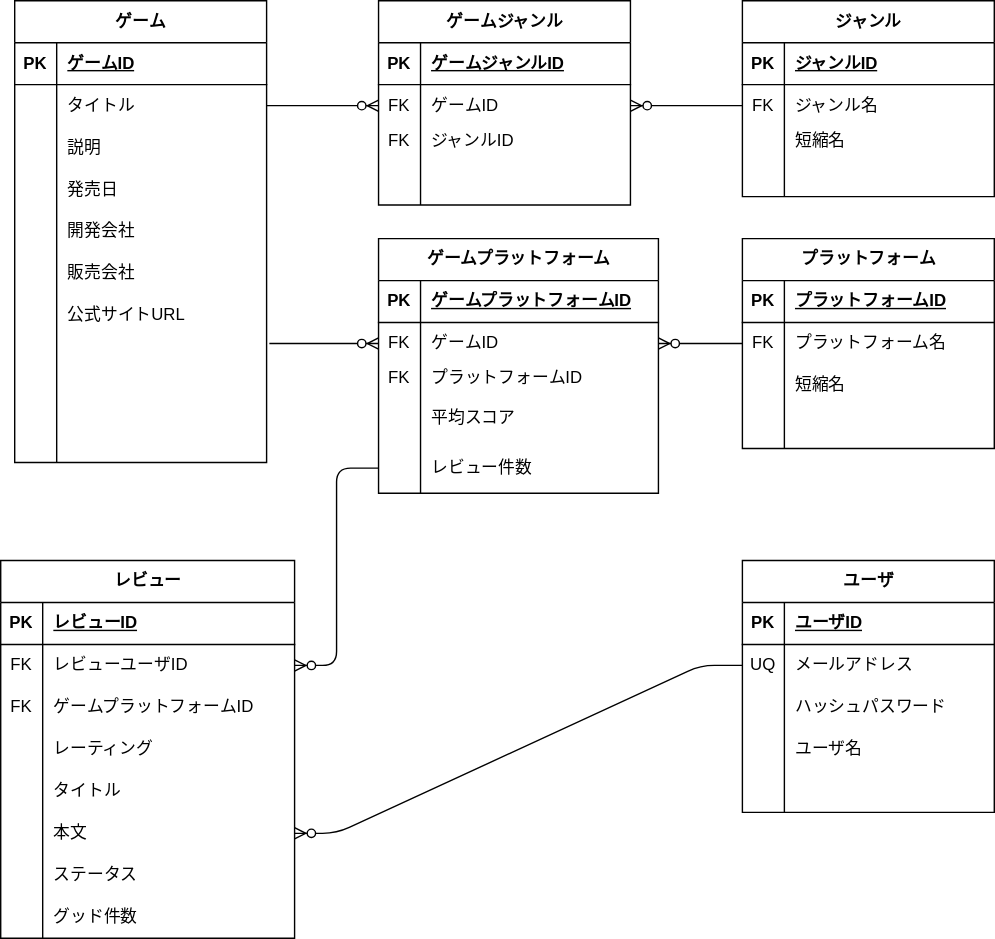
The draw.io diagram doc/ER.drawio.svg in kissy1221/gamemo, before a commit. Source tidied: cells renumbered, new cells last; positions are measured from the earlier drawing's top-left corner, leaving out a move shared by most shapes.
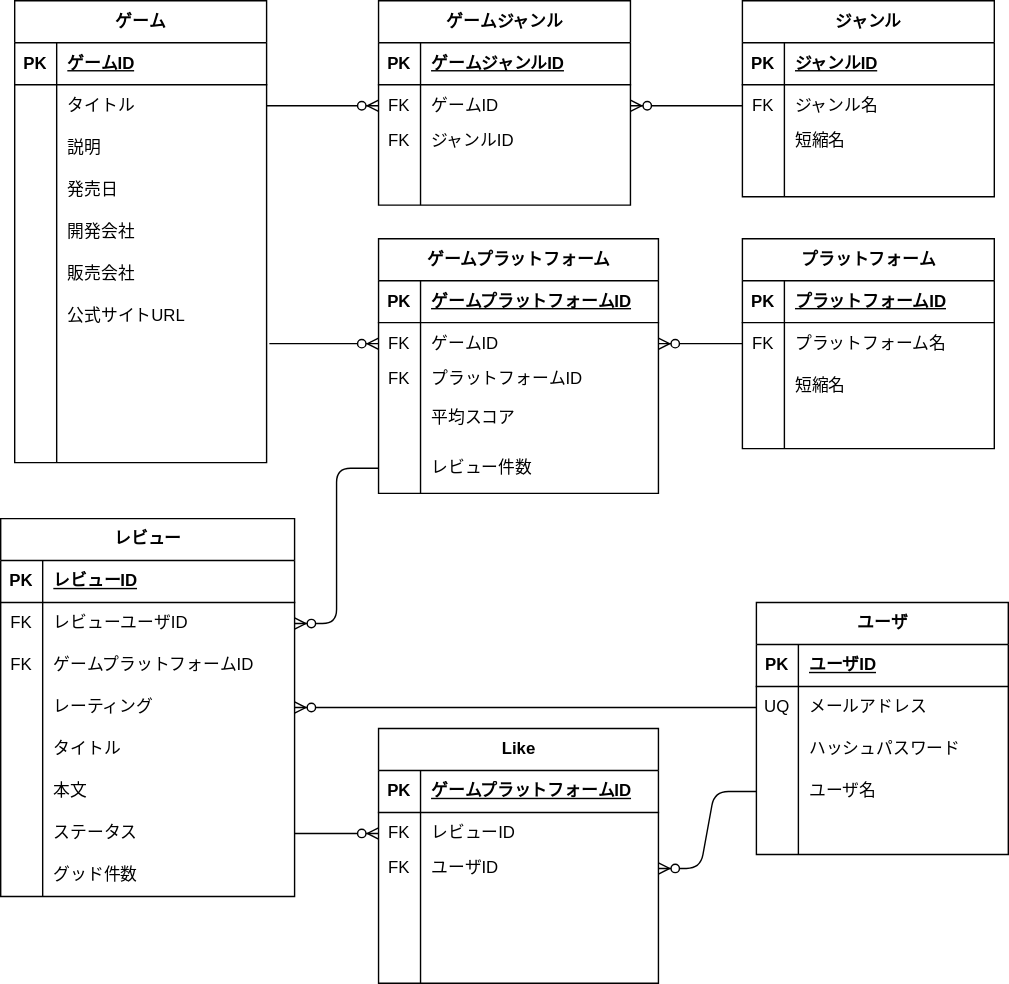
Above is the later version.

Diff of the diagram source:
```diff
@@ -3,7 +3,7 @@
     <mxCell id="0" />
     <mxCell id="1" parent="0" />
     <mxCell id="2" value="ユーザ" style="shape=table;startSize=30;rowLines=0;fontStyle=1;align=center;html=1;fillColor=none;" parent="1" vertex="1">
-      <mxGeometry x="530" y="400" width="180" height="180" as="geometry" />
+      <mxGeometry x="540" y="430" width="180" height="180" as="geometry" />
     </mxCell>
     <mxCell id="3" style="shape=tableRow;horizontal=0;startSize=0;swimlaneHead=0;swimlaneBody=0;fillColor=none;top=0;left=0;right=0;bottom=1;" parent="2" vertex="1">
       <mxGeometry y="30" width="180" height="30" as="geometry" />
@@ -144,7 +144,7 @@
       <mxGeometry x="30" width="150" height="30" as="geometry" />
     </mxCell>
     <mxCell id="49" value="レビュー" style="shape=table;startSize=30;rowLines=0;fontStyle=1;align=center;html=1;fillColor=none;" parent="1" vertex="1">
-      <mxGeometry y="400" width="210" height="270" as="geometry" />
+      <mxGeometry y="370" width="210" height="270" as="geometry" />
     </mxCell>
     <mxCell id="50" style="shape=tableRow;horizontal=0;startSize=0;swimlaneHead=0;swimlaneBody=0;fillColor=none;top=0;left=0;right=0;bottom=1;" parent="49" vertex="1">
       <mxGeometry y="30" width="210" height="30" as="geometry" />
@@ -389,7 +389,7 @@
     <mxCell id="130" style="edgeStyle=entityRelationEdgeStyle;fontSize=12;html=1;endArrow=ERzeroToMany;endFill=1;exitX=0;exitY=0.5;exitDx=0;exitDy=0;entryX=1;entryY=0.5;entryDx=0;entryDy=0;" parent="1" edge="1" source="91" target="104">
       <mxGeometry relative="1" as="geometry" />
     </mxCell>
-    <mxCell id="131" style="edgeStyle=entityRelationEdgeStyle;fontSize=12;html=1;endArrow=ERzeroToMany;endFill=1;exitX=0;exitY=0.5;exitDx=0;exitDy=0;" parent="1" edge="1" source="6" target="65">
+    <mxCell id="131" style="edgeStyle=entityRelationEdgeStyle;fontSize=12;html=1;endArrow=ERzeroToMany;endFill=1;exitX=0;exitY=0.5;exitDx=0;exitDy=0;entryX=1;entryY=0.5;entryDx=0;entryDy=0;" parent="1" edge="1" source="6" target="59">
       <mxGeometry relative="1" as="geometry" />
     </mxCell>
     <mxCell id="132" style="edgeStyle=entityRelationEdgeStyle;fontSize=12;html=1;endArrow=ERzeroToMany;endFill=1;entryX=0;entryY=0.5;entryDx=0;entryDy=0;exitX=1.011;exitY=0.167;exitDx=0;exitDy=0;exitPerimeter=0;" parent="1" edge="1" source="40" target="117">
@@ -401,5 +401,59 @@
     <mxCell id="134" style="edgeStyle=entityRelationEdgeStyle;fontSize=12;html=1;endArrow=ERzeroToMany;endFill=1;entryX=1;entryY=0.5;entryDx=0;entryDy=0;exitX=0;exitY=0.5;exitDx=0;exitDy=0;" parent="1" edge="1" source="126" target="53">
       <mxGeometry relative="1" as="geometry" />
     </mxCell>
+    <mxCell id="135" value="Like" style="shape=table;startSize=30;rowLines=0;fontStyle=1;align=center;html=1;fillColor=none;" parent="1" vertex="1">
+      <mxGeometry x="270" y="520" width="200" height="182" as="geometry" />
+    </mxCell>
+    <mxCell id="136" style="shape=tableRow;horizontal=0;startSize=0;swimlaneHead=0;swimlaneBody=0;fillColor=none;top=0;left=0;right=0;bottom=1;" parent="135" vertex="1">
+      <mxGeometry y="30" width="200" height="30" as="geometry" />
+    </mxCell>
+    <mxCell id="137" value="PK" style="shape=partialRectangle;fillColor=none;top=0;left=0;bottom=0;right=0;fontStyle=1;overflow=hidden;whiteSpace=wrap;html=1;" parent="136" vertex="1">
+      <mxGeometry width="30" height="30" as="geometry" />
+    </mxCell>
+    <mxCell id="138" value="ゲームプラットフォームID" style="shape=partialRectangle;fillColor=none;top=0;left=0;bottom=0;right=0;align=left;spacingLeft=6;fontStyle=5;overflow=hidden;whiteSpace=wrap;html=1;" parent="136" vertex="1">
+      <mxGeometry x="30" width="170" height="30" as="geometry" />
+    </mxCell>
+    <mxCell id="139" style="shape=tableRow;horizontal=0;startSize=0;swimlaneHead=0;swimlaneBody=0;fillColor=none;points=[[0,0.5],[1,0.5]];portConstraint=eastwest;top=0;left=0;right=0;bottom=0;" parent="135" vertex="1">
+      <mxGeometry y="60" width="200" height="30" as="geometry" />
+    </mxCell>
+    <mxCell id="140" value="FK" style="shape=partialRectangle;fillColor=none;top=0;left=0;bottom=0;right=0;overflow=hidden;whiteSpace=wrap;html=1;" parent="139" vertex="1">
+      <mxGeometry width="30" height="30" as="geometry" />
+    </mxCell>
+    <mxCell id="141" value="レビューID" style="shape=partialRectangle;fillColor=none;top=0;left=0;bottom=0;right=0;align=left;spacingLeft=6;overflow=hidden;whiteSpace=wrap;html=1;" parent="139" vertex="1">
+      <mxGeometry x="30" width="170" height="30" as="geometry" />
+    </mxCell>
+    <mxCell id="142" style="shape=tableRow;horizontal=0;startSize=0;swimlaneHead=0;swimlaneBody=0;fillColor=none;points=[[0,0.5],[1,0.5]];portConstraint=eastwest;top=0;left=0;right=0;bottom=0;" parent="135" vertex="1">
+      <mxGeometry y="90" width="200" height="20" as="geometry" />
+    </mxCell>
+    <mxCell id="143" value="FK" style="shape=partialRectangle;fillColor=none;top=0;left=0;bottom=0;right=0;overflow=hidden;whiteSpace=wrap;html=1;" parent="142" vertex="1">
+      <mxGeometry width="30" height="20" as="geometry" />
+    </mxCell>
+    <mxCell id="144" value="ユーザID" style="shape=partialRectangle;fillColor=none;top=0;left=0;bottom=0;right=0;align=left;spacingLeft=6;overflow=hidden;whiteSpace=wrap;html=1;" parent="142" vertex="1">
+      <mxGeometry x="30" width="170" height="20" as="geometry" />
+    </mxCell>
+    <mxCell id="145" style="shape=tableRow;horizontal=0;startSize=0;swimlaneHead=0;swimlaneBody=0;fillColor=none;top=0;left=0;right=0;bottom=0;" parent="135" vertex="1">
+      <mxGeometry y="110" width="200" height="36" as="geometry" />
+    </mxCell>
+    <mxCell id="146" style="shape=partialRectangle;fillColor=none;top=0;left=0;bottom=0;right=0;overflow=hidden;whiteSpace=wrap;html=1;" parent="145" vertex="1">
+      <mxGeometry width="30" height="36" as="geometry" />
+    </mxCell>
+    <mxCell id="147" style="shape=partialRectangle;fillColor=none;top=0;left=0;bottom=0;right=0;align=left;spacingLeft=6;overflow=hidden;whiteSpace=wrap;html=1;" parent="145" vertex="1">
+      <mxGeometry x="30" width="170" height="36" as="geometry" />
+    </mxCell>
+    <mxCell id="148" style="shape=tableRow;horizontal=0;startSize=0;swimlaneHead=0;swimlaneBody=0;fillColor=none;top=0;left=0;right=0;bottom=0;" parent="135" vertex="1">
+      <mxGeometry y="146" width="200" height="36" as="geometry" />
+    </mxCell>
+    <mxCell id="149" style="shape=partialRectangle;fillColor=none;top=0;left=0;bottom=0;right=0;overflow=hidden;whiteSpace=wrap;html=1;" parent="148" vertex="1">
+      <mxGeometry width="30" height="36" as="geometry" />
+    </mxCell>
+    <mxCell id="150" style="shape=partialRectangle;fillColor=none;top=0;left=0;bottom=0;right=0;align=left;spacingLeft=6;overflow=hidden;whiteSpace=wrap;html=1;" parent="148" vertex="1">
+      <mxGeometry x="30" width="170" height="36" as="geometry" />
+    </mxCell>
+    <mxCell id="151" style="edgeStyle=entityRelationEdgeStyle;fontSize=12;html=1;endArrow=ERzeroToMany;endFill=1;exitX=0;exitY=0.5;exitDx=0;exitDy=0;entryX=1;entryY=0.5;entryDx=0;entryDy=0;" parent="1" edge="1" source="12" target="142">
+      <mxGeometry relative="1" as="geometry" />
+    </mxCell>
+    <mxCell id="152" style="edgeStyle=entityRelationEdgeStyle;fontSize=12;html=1;endArrow=ERzeroToMany;endFill=1;exitX=1;exitY=0.5;exitDx=0;exitDy=0;entryX=0;entryY=0.5;entryDx=0;entryDy=0;" parent="1" edge="1" source="68" target="139">
+      <mxGeometry relative="1" as="geometry" />
+    </mxCell>
   </root>
 </mxGraphModel>
```
